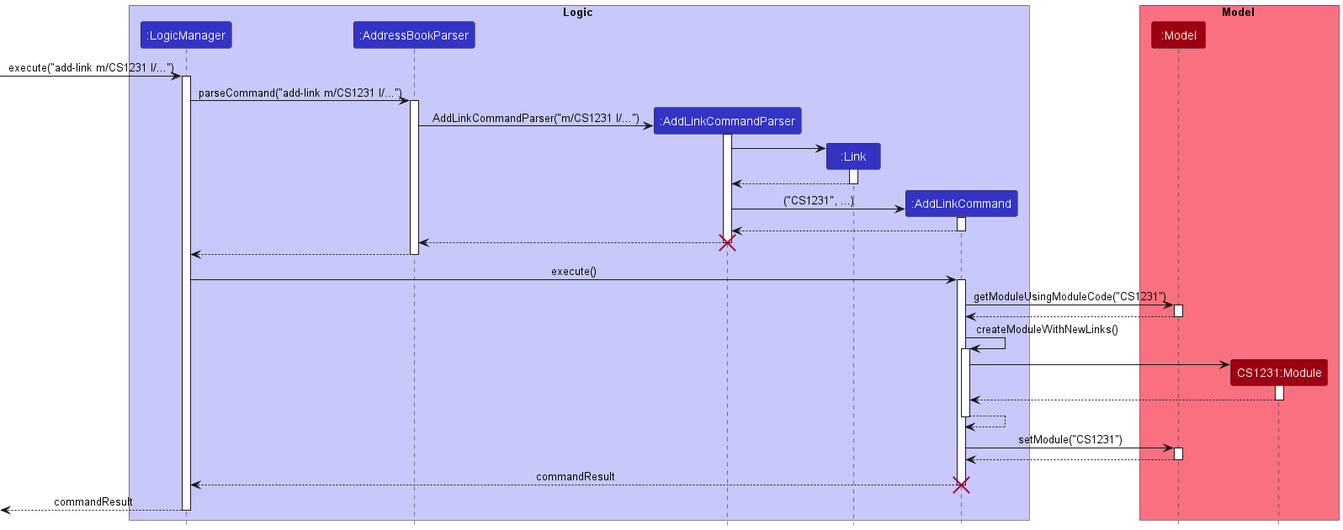
Earlier version of the PlantUML export docs/images/AddLinkFeature/AddLinkSequenceDiagram.png (nus-cs2103-AY2223S1/tp).
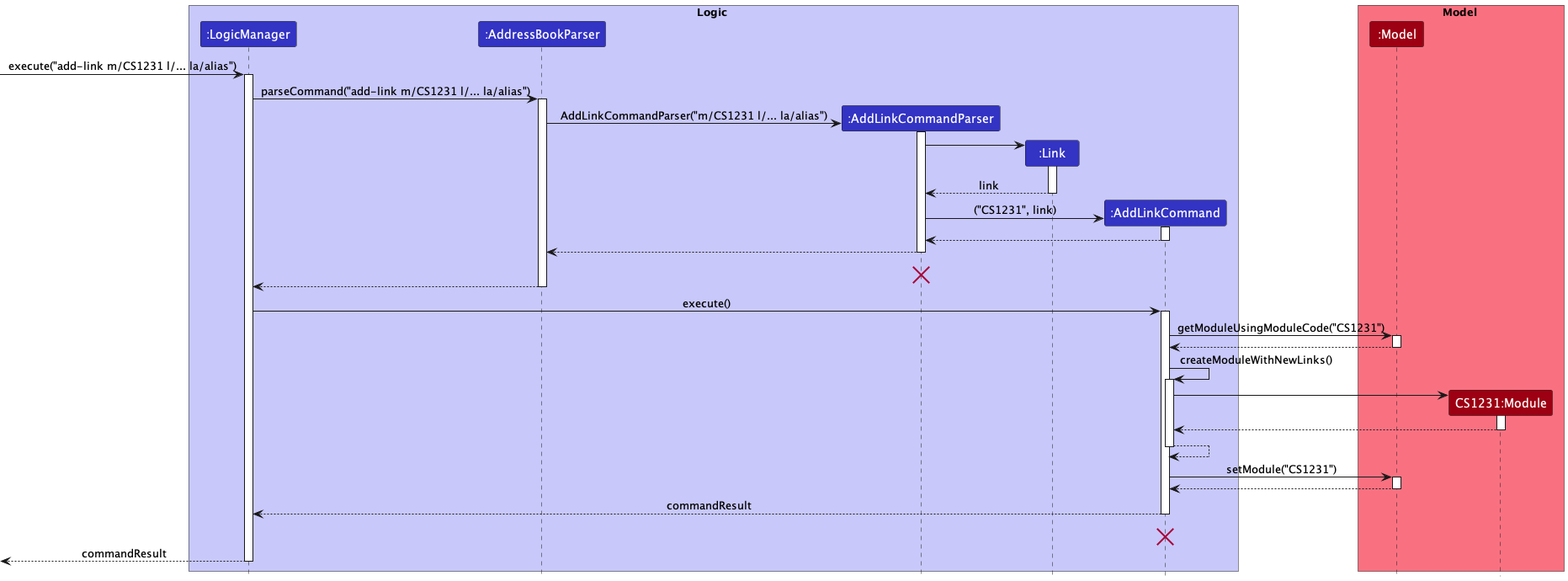
The same file after the commit.

Commit message:
Fix sequence diagram

Diff of the diagram source:
```diff
@@ -14,25 +14,26 @@
 participant "CS1231:Module" as CS1231 MODEL_COLOR
 end box
 
-[-> LogicManager : execute("add-link m/CS1231 l/...")
+[-> LogicManager : execute("add-link m/CS1231 l/... la/alias")
 activate LogicManager
 
-LogicManager -> AddressBookParser : parseCommand("add-link m/CS1231 l/...")
+LogicManager -> AddressBookParser : parseCommand("add-link m/CS1231 l/... la/alias")
 activate AddressBookParser
 
 create AddLinkCommandParser
-AddressBookParser -> AddLinkCommandParser : AddLinkCommandParser("m/CS1231 l/...")
+AddressBookParser -> AddLinkCommandParser : AddLinkCommandParser("m/CS1231 l/... la/alias")
 activate AddLinkCommandParser
 
 create Link
-AddLinkCommandParser -> Link
+AddLinkCommandParser -> Link :
 activate Link
 
-Link --> AddLinkCommandParser
+Link --> AddLinkCommandParser : link
+
 deactivate Link
 
 create AddLinkCommand
-AddLinkCommandParser -> AddLinkCommand : ("CS1231", ...)
+AddLinkCommandParser -> AddLinkCommand : ("CS1231", link)
 activate AddLinkCommand
 
 AddLinkCommand --> AddLinkCommandParser
@@ -40,6 +41,7 @@
 
 AddLinkCommandParser --> AddressBookParser
 deactivate AddLinkCommandParser
+AddLinkCommand -[hidden]-> AddLinkCommand
 destroy AddLinkCommandParser
 
 AddressBookParser --> LogicManager
@@ -75,6 +77,7 @@
 
 AddLinkCommand --> LogicManager : commandResult
 deactivate AddLinkCommand
+AddLinkCommand -[hidden]-> AddLinkCommand
 destroy AddLinkCommand
 
 [<--LogicManager : commandResult
```
